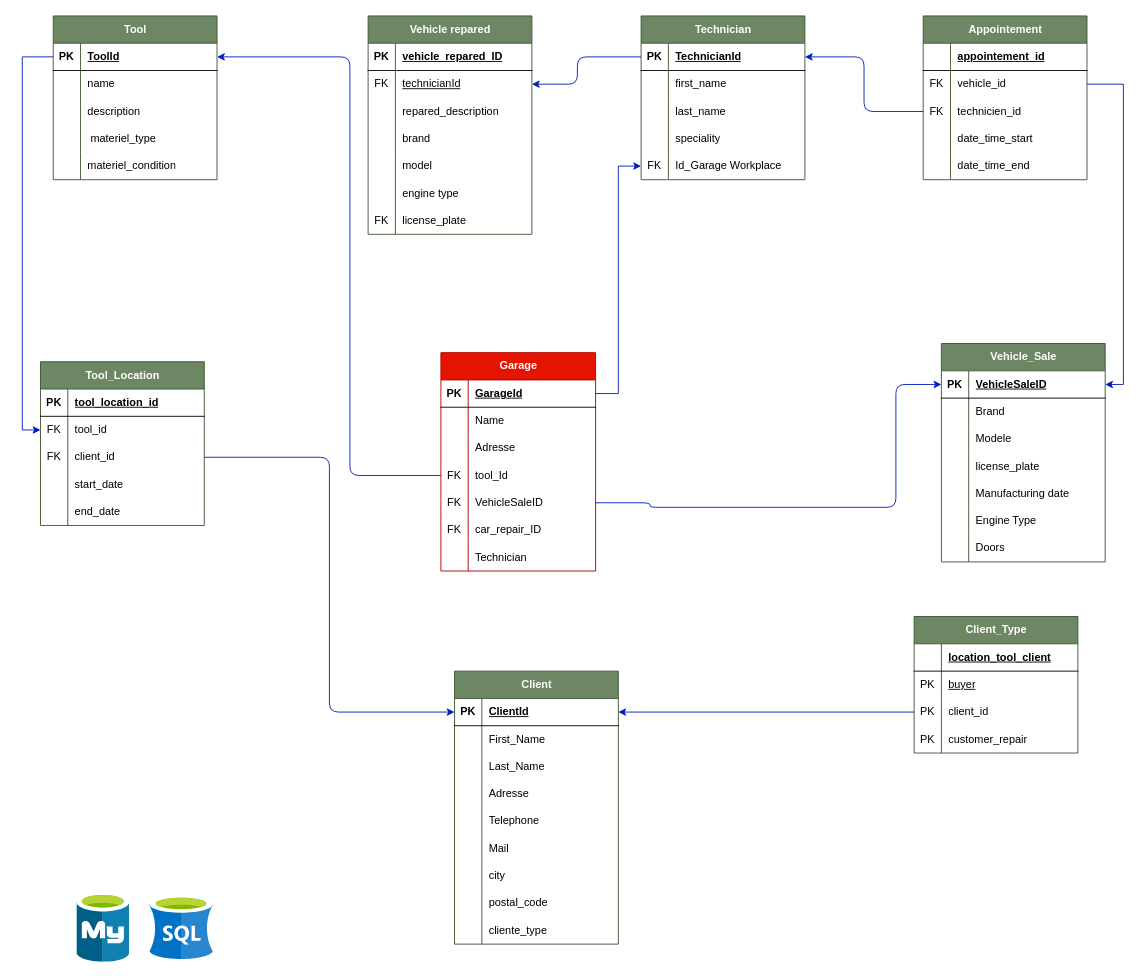
ogtayaliyev/fil_rouge keeps this draw.io diagram as doc/Diagramme sans nom.drawio. Above is the earlier version. Source tidied: cells renumbered, new cells numbered last; positions are measured from the earlier drawing's top-left corner, leaving out a move shared by most shapes. Both pictures are drawn from the tidied source at 91%, with x=0, y=0 at pixel (40, 15).
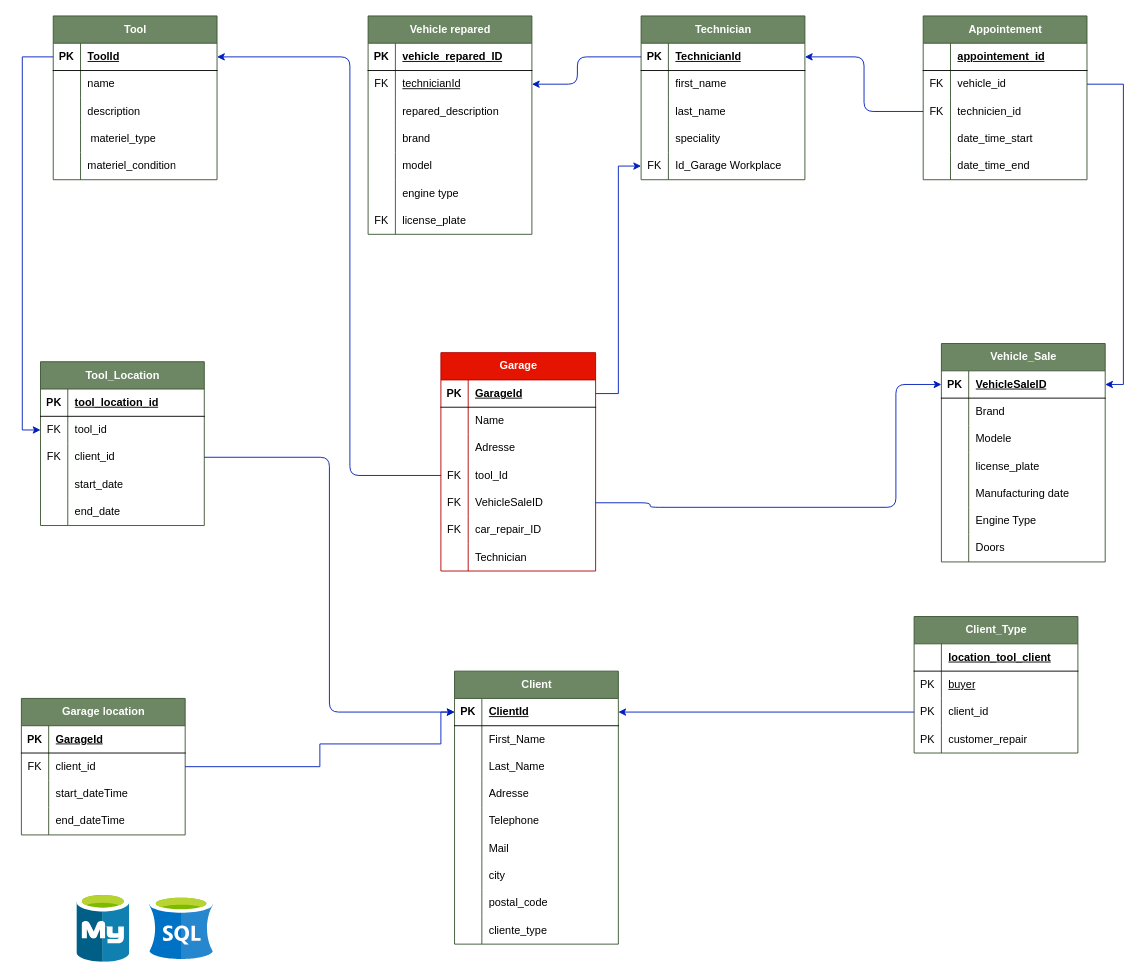
The same diagram, later.

Unchanged cells that the change refers to:
```xml
<mxCell id="124" style="shape=tableRow;horizontal=0;startSize=0;swimlaneHead=0;swimlaneBody=0;fillColor=none;points=[[0,0.5],[1,0.5]];portConstraint=eastwest;top=0;left=0;right=0;bottom=1;" parent="123" vertex="1">
  <mxGeometry y="30" width="180" height="30" as="geometry" />
</mxCell>
```

The edit, as a diff of the source:
```diff
@@
+    <mxCell id="184" value="Garage location" style="shape=table;startSize=30;childLayout=tableLayout;rowLines=0;fontStyle=1;align=center;html=1;fillColor=#6d8764;fontColor=#ffffff;strokeColor=#3A5431;" parent="1" vertex="1">
+      <mxGeometry x="-21" y="750" width="180" height="150" as="geometry" />
+    </mxCell>
+    <mxCell id="185" style="shape=tableRow;horizontal=0;startSize=0;swimlaneHead=0;swimlaneBody=0;fillColor=none;top=0;left=0;right=0;bottom=1;" parent="184" vertex="1">
+      <mxGeometry y="30" width="180" height="30" as="geometry" />
+    </mxCell>
+    <mxCell id="186" value="PK" style="shape=partialRectangle;fillColor=none;top=0;left=0;bottom=0;right=0;fontStyle=1;overflow=hidden;whiteSpace=wrap;html=1;" parent="185" vertex="1">
+      <mxGeometry width="30" height="30" as="geometry" />
+    </mxCell>
+    <mxCell id="187" value="GarageId" style="shape=partialRectangle;fillColor=none;top=0;left=0;bottom=0;right=0;align=left;spacingLeft=6;fontStyle=5;overflow=hidden;whiteSpace=wrap;html=1;" parent="185" vertex="1">
+      <mxGeometry x="30" width="150" height="30" as="geometry" />
+    </mxCell>
+    <mxCell id="188" style="shape=tableRow;horizontal=0;startSize=0;swimlaneHead=0;swimlaneBody=0;fillColor=none;points=[[0,0.5],[1,0.5]];portConstraint=eastwest;top=0;left=0;right=0;bottom=0;" parent="184" vertex="1">
+      <mxGeometry y="60" width="180" height="30" as="geometry" />
+    </mxCell>
+    <mxCell id="189" value="FK" style="shape=partialRectangle;fillColor=none;top=0;left=0;bottom=0;right=0;overflow=hidden;whiteSpace=wrap;html=1;" parent="188" vertex="1">
+      <mxGeometry width="30" height="30" as="geometry" />
+    </mxCell>
+    <mxCell id="190" value="client_id" style="shape=partialRectangle;fillColor=none;top=0;left=0;bottom=0;right=0;align=left;spacingLeft=6;overflow=hidden;whiteSpace=wrap;html=1;" parent="188" vertex="1">
+      <mxGeometry x="30" width="150" height="30" as="geometry" />
+    </mxCell>
+    <mxCell id="191" style="shape=tableRow;horizontal=0;startSize=0;swimlaneHead=0;swimlaneBody=0;fillColor=none;top=0;left=0;right=0;bottom=0;" parent="184" vertex="1">
+      <mxGeometry y="90" width="180" height="30" as="geometry" />
+    </mxCell>
+    <mxCell id="192" style="shape=partialRectangle;fillColor=none;top=0;left=0;bottom=0;right=0;overflow=hidden;whiteSpace=wrap;html=1;" parent="191" vertex="1">
+      <mxGeometry width="30" height="30" as="geometry" />
+    </mxCell>
+    <mxCell id="193" value="start_dateTime" style="shape=partialRectangle;fillColor=none;top=0;left=0;bottom=0;right=0;align=left;spacingLeft=6;overflow=hidden;whiteSpace=wrap;html=1;" parent="191" vertex="1">
+      <mxGeometry x="30" width="150" height="30" as="geometry" />
+    </mxCell>
+    <mxCell id="194" style="shape=tableRow;horizontal=0;startSize=0;swimlaneHead=0;swimlaneBody=0;fillColor=none;top=0;left=0;right=0;bottom=0;" parent="184" vertex="1">
+      <mxGeometry y="120" width="180" height="30" as="geometry" />
+    </mxCell>
+    <mxCell id="195" style="shape=partialRectangle;fillColor=none;top=0;left=0;bottom=0;right=0;overflow=hidden;whiteSpace=wrap;html=1;" parent="194" vertex="1">
+      <mxGeometry width="30" height="30" as="geometry" />
+    </mxCell>
+    <mxCell id="196" value="end_dateTime" style="shape=partialRectangle;fillColor=none;top=0;left=0;bottom=0;right=0;align=left;spacingLeft=6;overflow=hidden;whiteSpace=wrap;html=1;" parent="194" vertex="1">
+      <mxGeometry x="30" width="150" height="30" as="geometry" />
+    </mxCell>
+    <mxCell id="197" style="edgeStyle=orthogonalEdgeStyle;rounded=0;jettySize=auto;html=1;entryX=0;entryY=0.5;entryDx=0;entryDy=0;fillColor=#0050ef;strokeColor=#001DBC;" parent="1" edge="1" source="188" target="124">
+      <mxGeometry relative="1" as="geometry">
+        <Array as="points">
+          <mxPoint x="307" y="825" />
+          <mxPoint x="307" y="800" />
+          <mxPoint x="440" y="800" />
+          <mxPoint x="440" y="765" />
+        </Array>
+      </mxGeometry>
+    </mxCell>
```
